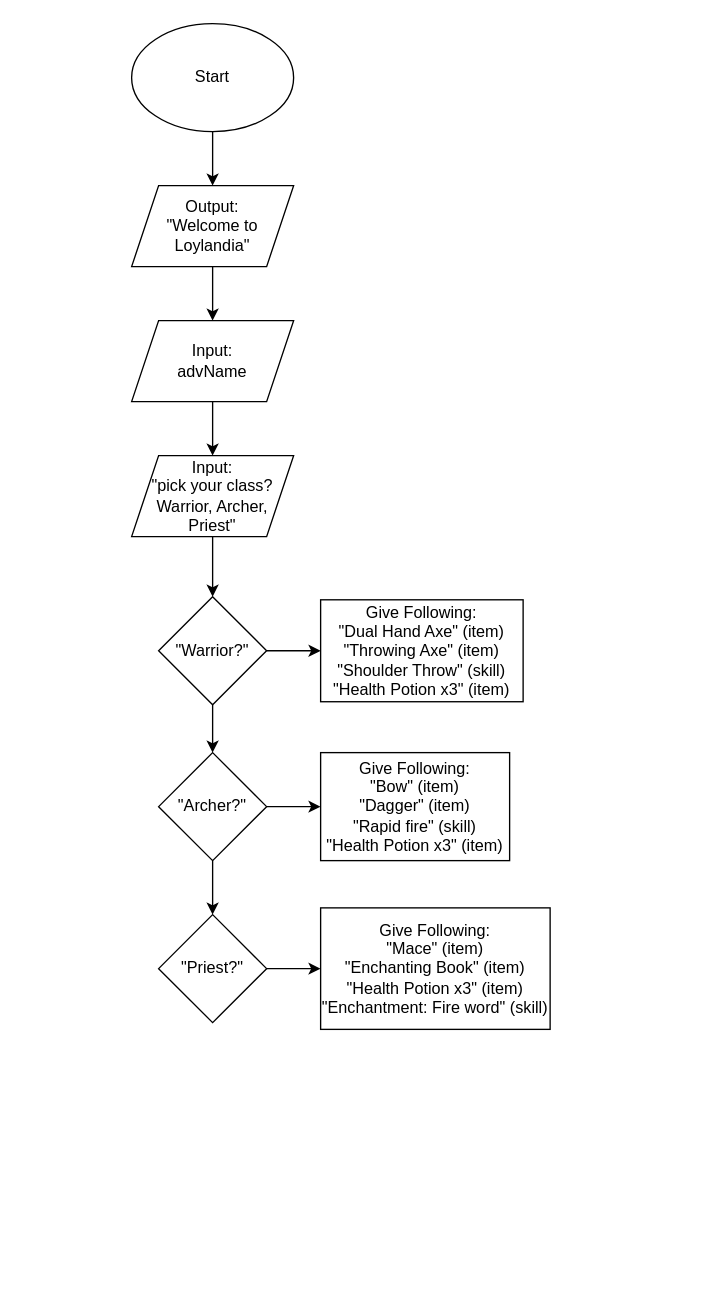
Earlier version of the draw.io diagram groupProjectLoylandia.drawio (dskleoshrw/get). Source tidied: cells renumbered, new cells numbered last; positions are measured from the earlier drawing's top-left corner, leaving out a move shared by most shapes. Both pictures are drawn from the tidied source at 135%, with x=0, y=0 at pixel (131, 23).
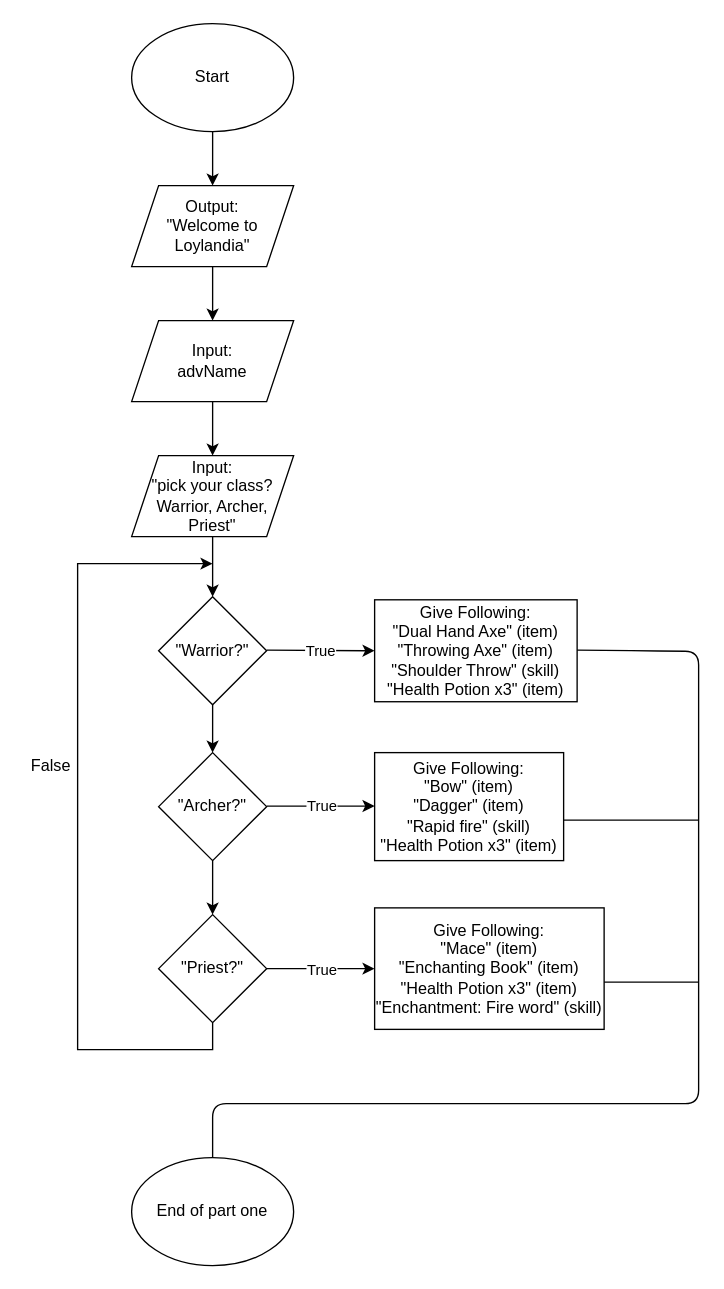
Above is the later version.

The change refers to these unchanged cells:
```xml
<mxCell id="12" value="&quot;Warrior?&quot;" style="rhombus;whiteSpace=wrap;html=1;" parent="1" vertex="1">
  <mxGeometry x="20" y="424.5" width="80" height="80" as="geometry" />
</mxCell>
<mxCell id="16" value="&quot;Archer?&quot;" style="rhombus;whiteSpace=wrap;html=1;" parent="1" vertex="1">
  <mxGeometry x="20" y="540" width="80" height="80" as="geometry" />
</mxCell>
<mxCell id="19" value="&quot;Priest?&quot;" style="rhombus;whiteSpace=wrap;html=1;" parent="1" vertex="1">
  <mxGeometry x="20" y="660" width="80" height="80" as="geometry" />
</mxCell>
```

Diff of the diagram source:
```diff
@@
-    <mxCell id="10" style="edgeStyle=orthogonalEdgeStyle;rounded=0;jettySize=auto;html=1;" parent="1" edge="1" source="12" target="13">
-      <mxGeometry relative="1" as="geometry" />
-    </mxCell>
@@
     <mxCell id="13" value="Give Following:&lt;br&gt;&quot;Dual Hand Axe&quot; (item)&lt;br&gt;&quot;Throwing Axe&quot; (item)&lt;br&gt;&quot;Shoulder Throw&quot; (skill)&lt;br&gt;&quot;Health Potion x3&quot; (item)" style="whiteSpace=wrap;html=1;" parent="1" vertex="1">
-      <mxGeometry x="140" y="426.8" width="150" height="75.5" as="geometry" />
+      <mxGeometry x="180" y="426.8" width="150" height="75.5" as="geometry" />
     </mxCell>
-    <mxCell id="14" style="edgeStyle=orthogonalEdgeStyle;rounded=0;jettySize=auto;html=1;" parent="1" edge="1" source="16" target="17">
-      <mxGeometry relative="1" as="geometry" />
-    </mxCell>
@@
     <mxCell id="17" value="Give Following:&lt;br&gt;&quot;Bow&quot; (item)&lt;br&gt;&quot;Dagger&quot; (item)&lt;br&gt;&quot;Rapid fire&quot; (skill)&lt;br&gt;&quot;Health Potion x3&quot; (item)" style="whiteSpace=wrap;html=1;" parent="1" vertex="1">
-      <mxGeometry x="140" y="540" width="140" height="80" as="geometry" />
+      <mxGeometry x="180" y="540" width="140" height="80" as="geometry" />
     </mxCell>
-    <mxCell id="18" style="edgeStyle=orthogonalEdgeStyle;rounded=0;jettySize=auto;html=1;" parent="1" edge="1" source="19" target="20">
-      <mxGeometry relative="1" as="geometry" />
-    </mxCell>
+    <mxCell id="21" style="edgeStyle=orthogonalEdgeStyle;rounded=0;jettySize=auto;html=1;exitX=0.5;exitY=1;exitDx=0;exitDy=0;" parent="1" edge="1" source="19">
+      <mxGeometry relative="1" as="geometry">
+        <mxPoint x="60" y="400" as="targetPoint" />
+        <Array as="points">
+          <mxPoint x="60" y="760" />
+          <mxPoint x="-40" y="760" />
+          <mxPoint x="-40" y="400" />
+          <mxPoint x="40" y="400" />
+        </Array>
+      </mxGeometry>
+    </mxCell>
@@
     <mxCell id="20" value="Give Following:&lt;br&gt;&quot;Mace&quot; (item)&lt;br&gt;&quot;Enchanting Book&quot; (item)&lt;br&gt;&quot;Health Potion x3&quot; (item)&lt;br&gt;&quot;Enchantment: Fire word&quot; (skill)" style="whiteSpace=wrap;html=1;" parent="1" vertex="1">
-      <mxGeometry x="140" y="655" width="170" height="90" as="geometry" />
+      <mxGeometry x="180" y="655" width="170" height="90" as="geometry" />
     </mxCell>
+    <mxCell id="22" style="endArrow=classic;html=1;entryX=0;entryY=0.5;entryDx=0;entryDy=0;" parent="1" edge="1" target="13">
+      <mxGeometry relative="1" as="geometry">
+        <mxPoint x="100" y="464.1" as="sourcePoint" />
+      </mxGeometry>
+    </mxCell>
+    <mxCell id="23" value="True" style="edgeLabel;html=1;align=center;verticalAlign=middle;" parent="22" vertex="1">
+      <mxGeometry relative="1" as="geometry" />
+    </mxCell>
+    <mxCell id="24" style="endArrow=classic;html=1;" parent="1" edge="1">
+      <mxGeometry relative="1" as="geometry">
+        <mxPoint x="100" y="579.6" as="sourcePoint" />
+        <mxPoint x="180" y="579.6" as="targetPoint" />
+      </mxGeometry>
+    </mxCell>
+    <mxCell id="25" value="True" style="edgeLabel;html=1;align=center;verticalAlign=middle;" parent="24" vertex="1">
+      <mxGeometry relative="1" as="geometry" />
+    </mxCell>
+    <mxCell id="26" style="endArrow=classic;html=1;entryX=0;entryY=0.5;entryDx=0;entryDy=0;" parent="1" edge="1" target="20">
+      <mxGeometry relative="1" as="geometry">
+        <mxPoint x="100" y="700" as="sourcePoint" />
+      </mxGeometry>
+    </mxCell>
+    <mxCell id="27" value="True" style="edgeLabel;html=1;align=center;verticalAlign=middle;" parent="26" vertex="1">
+      <mxGeometry relative="1" as="geometry" />
+    </mxCell>
+    <mxCell id="28" value="False" style="text;html=1;align=center;verticalAlign=middle;" parent="1" vertex="1">
+      <mxGeometry x="-80" y="540" width="40" height="20" as="geometry" />
+    </mxCell>
+    <mxCell id="29" style="endArrow=none;html=1;" parent="1" edge="1">
+      <mxGeometry relative="1" as="geometry">
+        <mxPoint x="330" y="464.1" as="sourcePoint" />
+        <mxPoint x="60" y="840" as="targetPoint" />
+        <Array as="points">
+          <mxPoint x="380" y="464.6" />
+          <mxPoint x="420" y="465" />
+          <mxPoint x="420" y="560" />
+          <mxPoint x="420" y="800" />
+          <mxPoint x="60" y="800" />
+        </Array>
+      </mxGeometry>
+    </mxCell>
+    <mxCell id="30" style="endArrow=none;html=1;" parent="1" edge="1">
+      <mxGeometry relative="1" as="geometry">
+        <mxPoint x="320" y="590" as="sourcePoint" />
+        <mxPoint x="420" y="590" as="targetPoint" />
+        <Array as="points">
+          <mxPoint x="360" y="590" />
+        </Array>
+      </mxGeometry>
+    </mxCell>
+    <mxCell id="31" style="endArrow=none;html=1;" parent="1" edge="1">
+      <mxGeometry relative="1" as="geometry">
+        <mxPoint x="350" y="710" as="sourcePoint" />
+        <mxPoint x="420" y="710" as="targetPoint" />
+        <Array as="points">
+          <mxPoint x="380" y="710" />
+        </Array>
+      </mxGeometry>
+    </mxCell>
+    <mxCell id="32" value="End of part one" style="ellipse;whiteSpace=wrap;html=1;" parent="1" vertex="1">
+      <mxGeometry y="840" width="120" height="80" as="geometry" />
+    </mxCell>
```
